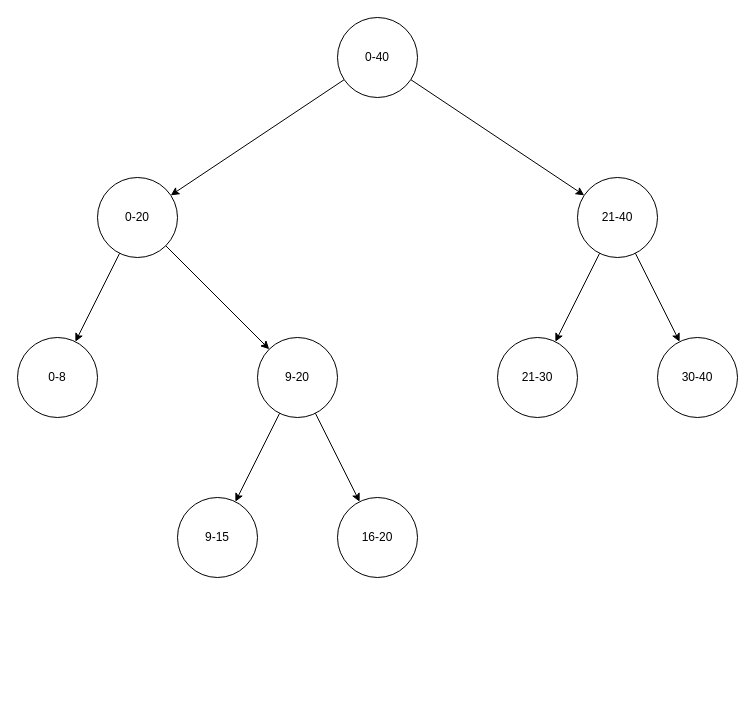
Earlier version of the draw.io diagram experiment/rope.drawio (itarato/peditor). Source tidied: cells renumbered, new cells numbered last; positions are measured from the earlier drawing's top-left corner, leaving out a move shared by most shapes. Both pictures are drawn from the tidied source at 100%, with x=0, y=0 at pixel (17, 17).
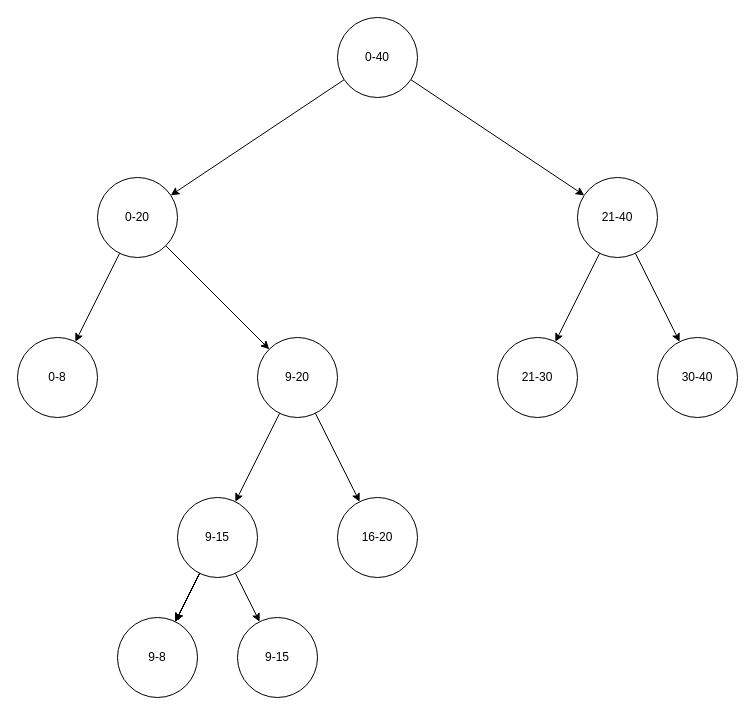
After the change.

The change refers to these unchanged cells:
```xml
<mxCell id="17" value="9-15" style="ellipse;whiteSpace=wrap;html=1;" parent="1" vertex="1">
  <mxGeometry x="160" y="480" width="80" height="80" as="geometry" />
</mxCell>
```

The edit, as a diff of the source:
```diff
@@
+    <mxCell id="19" style="edgeStyle=none;html=1;" parent="1" edge="1" source="17" target="26">
+      <mxGeometry relative="1" as="geometry" />
+    </mxCell>
+    <mxCell id="20" style="edgeStyle=none;html=1;" parent="1" edge="1" source="17" target="26">
+      <mxGeometry relative="1" as="geometry" />
+    </mxCell>
+    <mxCell id="21" style="edgeStyle=none;html=1;" parent="1" edge="1" source="17" target="26">
+      <mxGeometry relative="1" as="geometry" />
+    </mxCell>
+    <mxCell id="22" style="edgeStyle=none;html=1;" parent="1" edge="1" source="17" target="26">
+      <mxGeometry relative="1" as="geometry" />
+    </mxCell>
+    <mxCell id="23" style="edgeStyle=none;html=1;" parent="1" edge="1" source="17" target="26">
+      <mxGeometry relative="1" as="geometry" />
+    </mxCell>
+    <mxCell id="24" style="edgeStyle=none;html=1;" parent="1" edge="1" source="17" target="26">
+      <mxGeometry relative="1" as="geometry" />
+    </mxCell>
+    <mxCell id="25" style="edgeStyle=none;html=1;" parent="1" edge="1" source="17" target="27">
+      <mxGeometry relative="1" as="geometry" />
+    </mxCell>
@@
+    <mxCell id="26" value="9-8" style="ellipse;whiteSpace=wrap;html=1;" parent="1" vertex="1">
+      <mxGeometry x="100" y="600" width="80" height="80" as="geometry" />
+    </mxCell>
+    <mxCell id="27" value="9-15" style="ellipse;whiteSpace=wrap;html=1;" parent="1" vertex="1">
+      <mxGeometry x="220" y="600" width="80" height="80" as="geometry" />
+    </mxCell>
```
